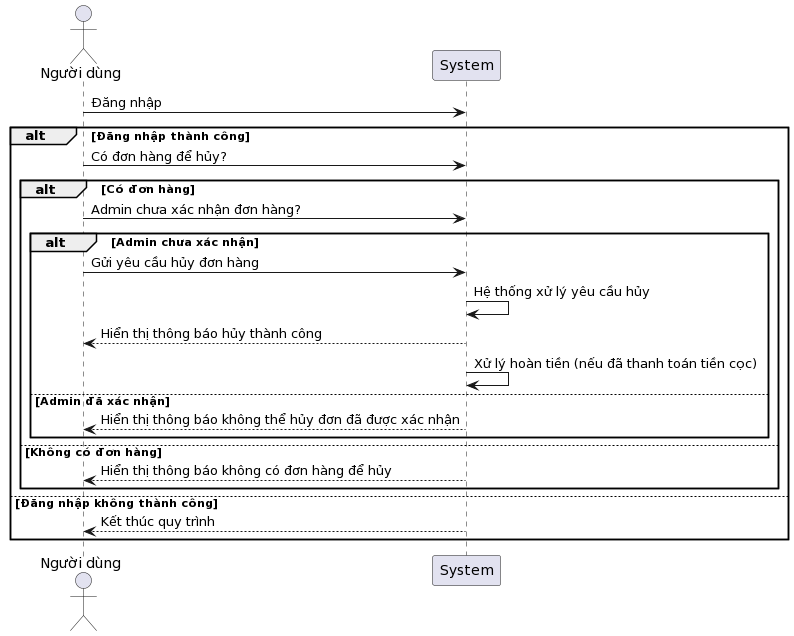
TuanKhang123/SE357-Pratice-class keeps this PlantUML diagram as Lab1.2/Khách hàng/Sequence/Hủy Đơn Hàng.png. Above is the earlier version.
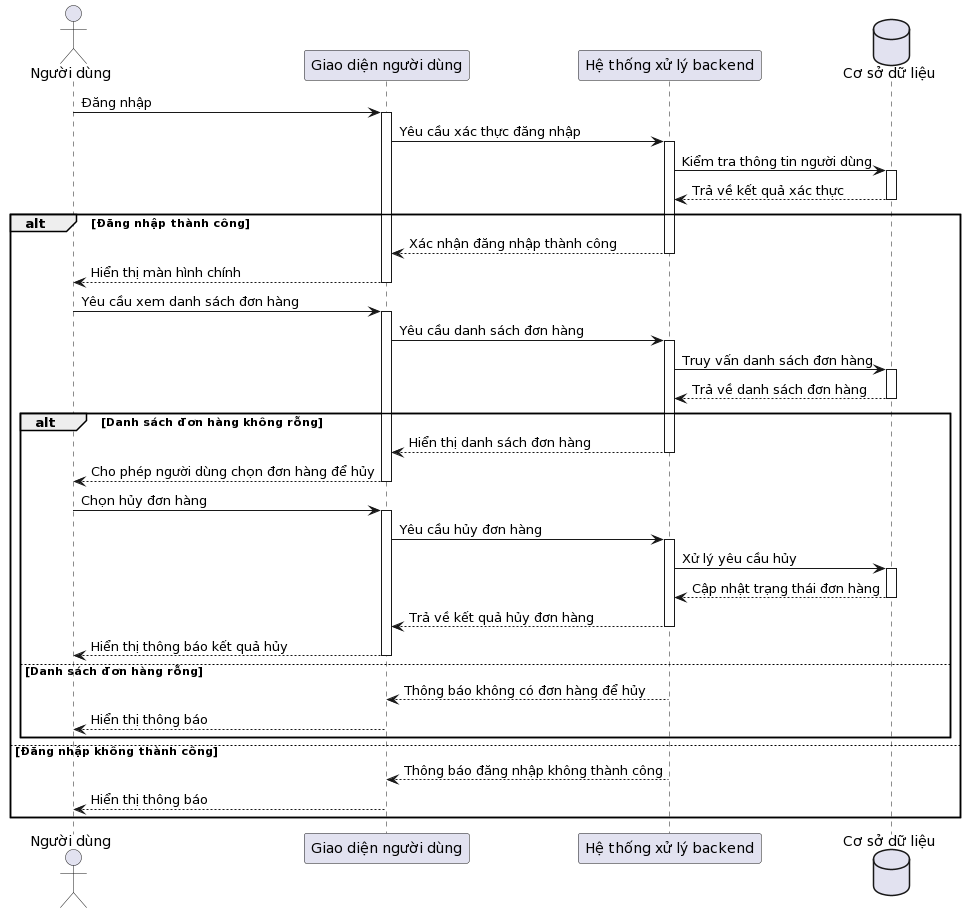
After the commit.

What changed in the source:
```diff
@@ -1,23 +1,60 @@
 @startuml
 actor User as "Người dùng"
+participant "Giao diện người dùng" as GUI
+participant "Hệ thống xử lý backend" as Backend
+database "Cơ sở dữ liệu" as Database
 
-User -> System: Đăng nhập
+User -> GUI: Đăng nhập
+activate GUI
+GUI -> Backend: Yêu cầu xác thực đăng nhập
+activate Backend
+Backend -> Database: Kiểm tra thông tin người dùng
+activate Database
+Database --> Backend: Trả về kết quả xác thực
+deactivate Database
+
 alt Đăng nhập thành công
-    User -> System: Có đơn hàng để hủy?
-    alt Có đơn hàng
-        User -> System: Admin chưa xác nhận đơn hàng?
-        alt Admin chưa xác nhận
-            User -> System: Gửi yêu cầu hủy đơn hàng
-            System -> System: Hệ thống xử lý yêu cầu hủy
-            System --> User: Hiển thị thông báo hủy thành công
-            System -> System: Xử lý hoàn tiền (nếu đã thanh toán tiền cọc)
-        else Admin đã xác nhận
-            System --> User: Hiển thị thông báo không thể hủy đơn đã được xác nhận
-        end
-    else Không có đơn hàng
-        System --> User: Hiển thị thông báo không có đơn hàng để hủy
+    Backend --> GUI: Xác nhận đăng nhập thành công
+    deactivate Backend
+    GUI --> User: Hiển thị màn hình chính
+    deactivate GUI
+
+    User -> GUI: Yêu cầu xem danh sách đơn hàng
+    activate GUI
+    GUI -> Backend: Yêu cầu danh sách đơn hàng
+    activate Backend
+    Backend -> Database: Truy vấn danh sách đơn hàng
+    activate Database
+    Database --> Backend: Trả về danh sách đơn hàng
+    deactivate Database
+
+    alt Danh sách đơn hàng không rỗng
+        Backend --> GUI: Hiển thị danh sách đơn hàng
+        deactivate Backend
+        GUI --> User: Cho phép người dùng chọn đơn hàng để hủy
+        deactivate GUI
+        User -> GUI: Chọn hủy đơn hàng
+        activate GUI
+        GUI -> Backend: Yêu cầu hủy đơn hàng
+        activate Backend
+        Backend -> Database: Xử lý yêu cầu hủy
+        activate Database
+        Database --> Backend: Cập nhật trạng thái đơn hàng
+        deactivate Database
+        Backend --> GUI: Trả về kết quả hủy đơn hàng
+        deactivate Backend
+        GUI --> User: Hiển thị thông báo kết quả hủy
+        deactivate GUI
+    else Danh sách đơn hàng rỗng
+        Backend --> GUI: Thông báo không có đơn hàng để hủy
+        deactivate Backend
+        GUI --> User: Hiển thị thông báo
+        deactivate GUI
     end
 else Đăng nhập không thành công
-    System --> User: Kết thúc quy trình
+    Backend --> GUI: Thông báo đăng nhập không thành công
+    deactivate Backend
+    GUI --> User: Hiển thị thông báo
+    deactivate GUI
 end
 @enduml
```
